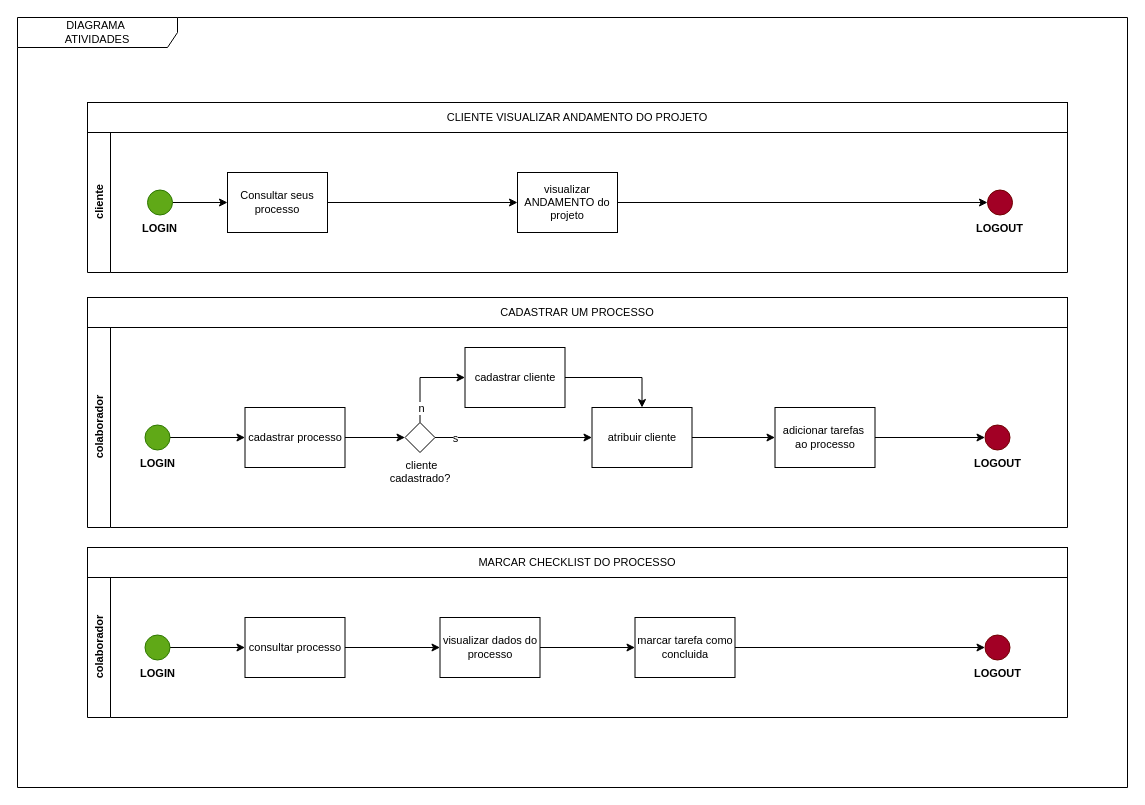
The draw.io diagram page "atividades" (2 of 5) of projeto/diagramas.drawio in gleberphant/processo-man, before the edit. Source tidied: cells renumbered, new cells numbered last; positions are measured from the earlier drawing's top-left corner, leaving out a move shared by most shapes. Both pictures are drawn from the tidied source at 100%, with x=0, y=0 at pixel (17, 17).
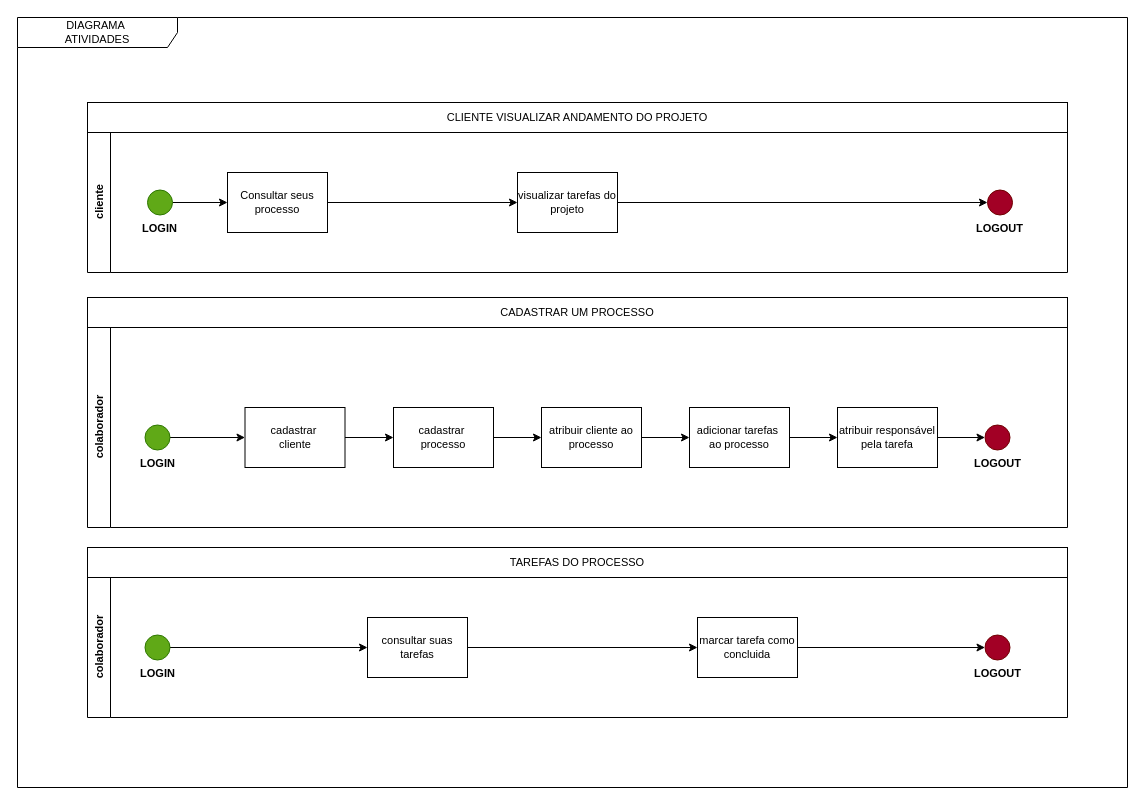
The same page after the edit.

The change refers to these unchanged cells:
```xml
<mxCell id="2" style="group;" parent="1" vertex="1">
  <mxGeometry x="70" y="530" width="980" height="230" as="geometry" />
</mxCell>
<mxCell id="3" value="colaborador" style="swimlane;horizontal=0;whiteSpace=wrap;html=1;fontFamily=Helvetica;fontSize=11;fontColor=default;labelBackgroundColor=default;enumerate=0;noLabel=0;absoluteArcSize=0;" parent="2" vertex="1">
  <mxGeometry y="30" width="980" height="140" as="geometry" />
</mxCell>
<mxCell id="11" value="&lt;b&gt;LOGOUT&lt;/b&gt;" style="ellipse;whiteSpace=wrap;html=1;fontFamily=Helvetica;fontSize=11;labelBackgroundColor=default;labelPosition=center;verticalLabelPosition=bottom;align=center;verticalAlign=top;fillColor=#a20025;strokeColor=#6F0000;fontColor=default;" parent="3" vertex="1">
  <mxGeometry x="897.5" y="57.5" width="25" height="25" as="geometry" />
</mxCell>
<mxCell id="16" value="colaborador" style="swimlane;horizontal=0;whiteSpace=wrap;html=1;fontFamily=Helvetica;fontSize=11;fontColor=default;labelBackgroundColor=default;enumerate=0;" parent="15" vertex="1">
  <mxGeometry y="30" width="980" height="200" as="geometry" />
</mxCell>
<mxCell id="28" value="&lt;b&gt;LOGOUT&lt;/b&gt;" style="ellipse;whiteSpace=wrap;html=1;fontFamily=Helvetica;fontSize=11;labelBackgroundColor=default;labelPosition=center;verticalLabelPosition=bottom;align=center;verticalAlign=top;fillColor=#a20025;strokeColor=#6F0000;fontColor=default;" parent="16" vertex="1">
  <mxGeometry x="897.5" y="97.5" width="25" height="25" as="geometry" />
</mxCell>
<mxCell id="35" value="cliente" style="swimlane;horizontal=0;whiteSpace=wrap;html=1;fontFamily=Helvetica;fontSize=11;fontColor=default;labelBackgroundColor=default;enumerate=0;" parent="1" vertex="1">
  <mxGeometry x="70" y="115" width="980" height="140" as="geometry" />
</mxCell>
```

The edit, as a diff of the source:
```diff
@@
-    <mxCell id="4" value="consultar processo" style="rounded=0;whiteSpace=wrap;html=1;fontFamily=Helvetica;fontSize=11;fontColor=default;labelBackgroundColor=default;" parent="3" vertex="1">
-      <mxGeometry x="157.5" y="40" width="100" height="60" as="geometry" />
+    <mxCell id="4" value="consultar suas tarefas" style="rounded=0;whiteSpace=wrap;html=1;fontFamily=Helvetica;fontSize=11;fontColor=default;labelBackgroundColor=default;" parent="3" vertex="1">
+      <mxGeometry x="280" y="40" width="100" height="60" as="geometry" />
     </mxCell>
@@
-    <mxCell id="7" style="edgeStyle=orthogonalEdgeStyle;shape=connector;rounded=0;jettySize=auto;html=1;strokeColor=default;align=center;verticalAlign=middle;fontFamily=Helvetica;fontSize=11;fontColor=default;labelBackgroundColor=default;endArrow=classic;" parent="3" edge="1" source="8" target="11">
-      <mxGeometry relative="1" as="geometry" />
-    </mxCell>
-    <mxCell id="8" value="marcar tarefa como concluida" style="rounded=0;whiteSpace=wrap;html=1;fontFamily=Helvetica;fontSize=11;fontColor=default;labelBackgroundColor=default;" parent="3" vertex="1">
-      <mxGeometry x="547.5" y="40" width="100" height="60" as="geometry" />
-    </mxCell>
@@
-    <mxCell id="12" style="edgeStyle=orthogonalEdgeStyle;shape=connector;rounded=0;jettySize=auto;html=1;strokeColor=default;align=center;verticalAlign=middle;fontFamily=Helvetica;fontSize=11;fontColor=default;labelBackgroundColor=default;endArrow=classic;" parent="3" edge="1" source="13" target="8">
+    <mxCell id="12" style="edgeStyle=orthogonalEdgeStyle;shape=connector;rounded=0;jettySize=auto;html=1;strokeColor=default;align=center;verticalAlign=middle;fontFamily=Helvetica;fontSize=11;fontColor=default;labelBackgroundColor=default;endArrow=classic;" parent="3" edge="1" source="13" target="11">
       <mxGeometry relative="1" as="geometry" />
     </mxCell>
-    <mxCell id="13" value="visualizar dados do processo" style="rounded=0;whiteSpace=wrap;html=1;fontFamily=Helvetica;fontSize=11;fontColor=default;labelBackgroundColor=default;" parent="3" vertex="1">
-      <mxGeometry x="352.5" y="40" width="100" height="60" as="geometry" />
+    <mxCell id="13" value="marcar tarefa como concluida" style="rounded=0;whiteSpace=wrap;html=1;fontFamily=Helvetica;fontSize=11;fontColor=default;labelBackgroundColor=default;" parent="3" vertex="1">
+      <mxGeometry x="610" y="40" width="100" height="60" as="geometry" />
     </mxCell>
-    <mxCell id="14" value="MARCAR CHECKLIST DO PROCESSO" style="rounded=0;whiteSpace=wrap;html=1;fontFamily=Helvetica;fontSize=11;fontColor=default;labelBackgroundColor=default;" parent="2" vertex="1">
+    <mxCell id="14" value="TAREFAS DO PROCESSO" style="rounded=0;whiteSpace=wrap;html=1;fontFamily=Helvetica;fontSize=11;fontColor=default;labelBackgroundColor=default;" parent="2" vertex="1">
       <mxGeometry width="980" height="30" as="geometry" />
     </mxCell>
@@
-    <mxCell id="17" style="edgeStyle=orthogonalEdgeStyle;shape=connector;rounded=0;jettySize=auto;html=1;entryX=0.5;entryY=0;entryDx=0;entryDy=0;strokeColor=default;align=center;verticalAlign=middle;fontFamily=Helvetica;fontSize=11;fontColor=default;labelBackgroundColor=default;endArrow=classic;" parent="16" edge="1" source="18" target="30">
-      <mxGeometry relative="1" as="geometry" />
-    </mxCell>
-    <mxCell id="18" value="cadastrar cliente" style="rounded=0;whiteSpace=wrap;html=1;fontFamily=Helvetica;fontSize=11;fontColor=default;labelBackgroundColor=default;" parent="16" vertex="1">
-      <mxGeometry x="377.5" y="20" width="100" height="60" as="geometry" />
+    <mxCell id="18" value="cadastrar&amp;nbsp;&lt;div&gt;processo&lt;/div&gt;" style="rounded=0;whiteSpace=wrap;html=1;fontFamily=Helvetica;fontSize=11;fontColor=default;labelBackgroundColor=default;" parent="16" vertex="1">
+      <mxGeometry x="306" y="80" width="100" height="60" as="geometry" />
     </mxCell>
-    <mxCell id="19" value="cadastrar processo" style="rounded=0;whiteSpace=wrap;html=1;fontFamily=Helvetica;fontSize=11;fontColor=default;labelBackgroundColor=default;" parent="16" vertex="1">
+    <mxCell id="19" value="cadastrar&amp;nbsp;&lt;div&gt;cliente&lt;/div&gt;" style="rounded=0;whiteSpace=wrap;html=1;fontFamily=Helvetica;fontSize=11;fontColor=default;labelBackgroundColor=default;" parent="16" vertex="1">
       <mxGeometry x="157.5" y="80" width="100" height="60" as="geometry" />
     </mxCell>
-    <mxCell id="20" style="edgeStyle=orthogonalEdgeStyle;shape=connector;rounded=0;jettySize=auto;html=1;strokeColor=default;align=center;verticalAlign=middle;fontFamily=Helvetica;fontSize=11;fontColor=default;labelBackgroundColor=default;endArrow=classic;exitX=0.5;exitY=0;exitDx=0;exitDy=0;entryX=0;entryY=0.5;entryDx=0;entryDy=0;" parent="16" edge="1" source="32" target="18">
-      <mxGeometry relative="1" as="geometry" />
-    </mxCell>
-    <mxCell id="21" value="n" style="edgeLabel;html=1;align=center;verticalAlign=middle;fontFamily=Helvetica;fontSize=11;fontColor=default;labelBackgroundColor=default;" parent="20" vertex="1">
-      <mxGeometry x="-0.66" y="-1" relative="1" as="geometry" />
-    </mxCell>
     <mxCell id="22" value="adicionar tarefas&amp;nbsp;&lt;div&gt;ao processo&lt;/div&gt;" style="rounded=0;whiteSpace=wrap;html=1;fontFamily=Helvetica;fontSize=11;fontColor=default;labelBackgroundColor=default;" parent="16" vertex="1">
-      <mxGeometry x="687.5" y="80" width="100" height="60" as="geometry" />
+      <mxGeometry x="602" y="80" width="100" height="60" as="geometry" />
     </mxCell>
-    <mxCell id="23" style="edgeStyle=orthogonalEdgeStyle;shape=connector;rounded=0;jettySize=auto;html=1;strokeColor=default;align=center;verticalAlign=middle;fontFamily=Helvetica;fontSize=11;fontColor=default;labelBackgroundColor=default;endArrow=classic;entryX=0;entryY=0.5;entryDx=0;entryDy=0;" parent="16" edge="1" source="32" target="30">
+    <mxCell id="23" style="edgeStyle=orthogonalEdgeStyle;shape=connector;rounded=0;jettySize=auto;html=1;strokeColor=default;align=center;verticalAlign=middle;fontFamily=Helvetica;fontSize=11;fontColor=default;labelBackgroundColor=default;endArrow=classic;entryX=0;entryY=0.5;entryDx=0;entryDy=0;" parent="16" edge="1" source="18" target="30">
       <mxGeometry relative="1" as="geometry" />
     </mxCell>
-    <mxCell id="24" value="s" style="edgeLabel;html=1;align=center;verticalAlign=middle;fontFamily=Helvetica;fontSize=11;fontColor=default;labelBackgroundColor=default;" parent="23" vertex="1">
-      <mxGeometry x="-0.75" relative="1" as="geometry" />
-    </mxCell>
-    <mxCell id="25" style="edgeStyle=orthogonalEdgeStyle;shape=connector;rounded=0;jettySize=auto;html=1;strokeColor=default;align=center;verticalAlign=middle;fontFamily=Helvetica;fontSize=11;fontColor=default;labelBackgroundColor=default;endArrow=classic;" parent="16" edge="1" source="22" target="28">
+    <mxCell id="25" style="edgeStyle=orthogonalEdgeStyle;shape=connector;rounded=0;jettySize=auto;html=1;strokeColor=default;align=center;verticalAlign=middle;fontFamily=Helvetica;fontSize=11;fontColor=default;labelBackgroundColor=default;endArrow=classic;" parent="16" edge="1" source="22" target="45">
       <mxGeometry relative="1" as="geometry" />
     </mxCell>
@@
-    <mxCell id="30" value="atribuir cliente" style="rounded=0;whiteSpace=wrap;html=1;fontFamily=Helvetica;fontSize=11;fontColor=default;labelBackgroundColor=default;" parent="16" vertex="1">
-      <mxGeometry x="504.5" y="80" width="100" height="60" as="geometry" />
+    <mxCell id="30" value="atribuir cliente ao processo" style="rounded=0;whiteSpace=wrap;html=1;fontFamily=Helvetica;fontSize=11;fontColor=default;labelBackgroundColor=default;" parent="16" vertex="1">
+      <mxGeometry x="454" y="80" width="100" height="60" as="geometry" />
     </mxCell>
-    <mxCell id="31" style="edgeStyle=orthogonalEdgeStyle;shape=connector;rounded=0;jettySize=auto;html=1;strokeColor=default;align=center;verticalAlign=middle;fontFamily=Helvetica;fontSize=11;fontColor=default;labelBackgroundColor=default;endArrow=classic;entryX=0;entryY=0.5;entryDx=0;entryDy=0;" parent="16" edge="1" source="19" target="32">
+    <mxCell id="31" style="edgeStyle=orthogonalEdgeStyle;shape=connector;rounded=0;jettySize=auto;html=1;strokeColor=default;align=center;verticalAlign=middle;fontFamily=Helvetica;fontSize=11;fontColor=default;labelBackgroundColor=default;endArrow=classic;" parent="16" edge="1" source="19" target="18">
       <mxGeometry relative="1" as="geometry" />
     </mxCell>
-    <mxCell id="32" value="&amp;nbsp;cliente cadastrado?" style="rhombus;whiteSpace=wrap;html=1;fontFamily=Helvetica;fontSize=11;fontColor=default;labelBackgroundColor=default;labelPosition=center;verticalLabelPosition=bottom;align=center;verticalAlign=top;" parent="16" vertex="1">
-      <mxGeometry x="317.5" y="95" width="30" height="30" as="geometry" />
-    </mxCell>
+    <mxCell id="44" style="edgeStyle=orthogonalEdgeStyle;rounded=0;jettySize=auto;html=1;entryX=0;entryY=0.5;entryDx=0;entryDy=0;" parent="16" edge="1" source="45" target="28">
+      <mxGeometry relative="1" as="geometry" />
+    </mxCell>
+    <mxCell id="45" value="atribuir responsável pela tarefa" style="rounded=0;whiteSpace=wrap;html=1;fontFamily=Helvetica;fontSize=11;fontColor=default;labelBackgroundColor=default;" parent="16" vertex="1">
+      <mxGeometry x="750" y="80" width="100" height="60" as="geometry" />
+    </mxCell>
@@
-    <mxCell id="38" value="visualizar ANDAMENTO do projeto" style="rounded=0;whiteSpace=wrap;html=1;fontFamily=Helvetica;fontSize=11;fontColor=default;labelBackgroundColor=default;" parent="35" vertex="1">
+    <mxCell id="38" value="visualizar tarefas do projeto" style="rounded=0;whiteSpace=wrap;html=1;fontFamily=Helvetica;fontSize=11;fontColor=default;labelBackgroundColor=default;" parent="35" vertex="1">
       <mxGeometry x="430" y="40" width="100" height="60" as="geometry" />
     </mxCell>
```
